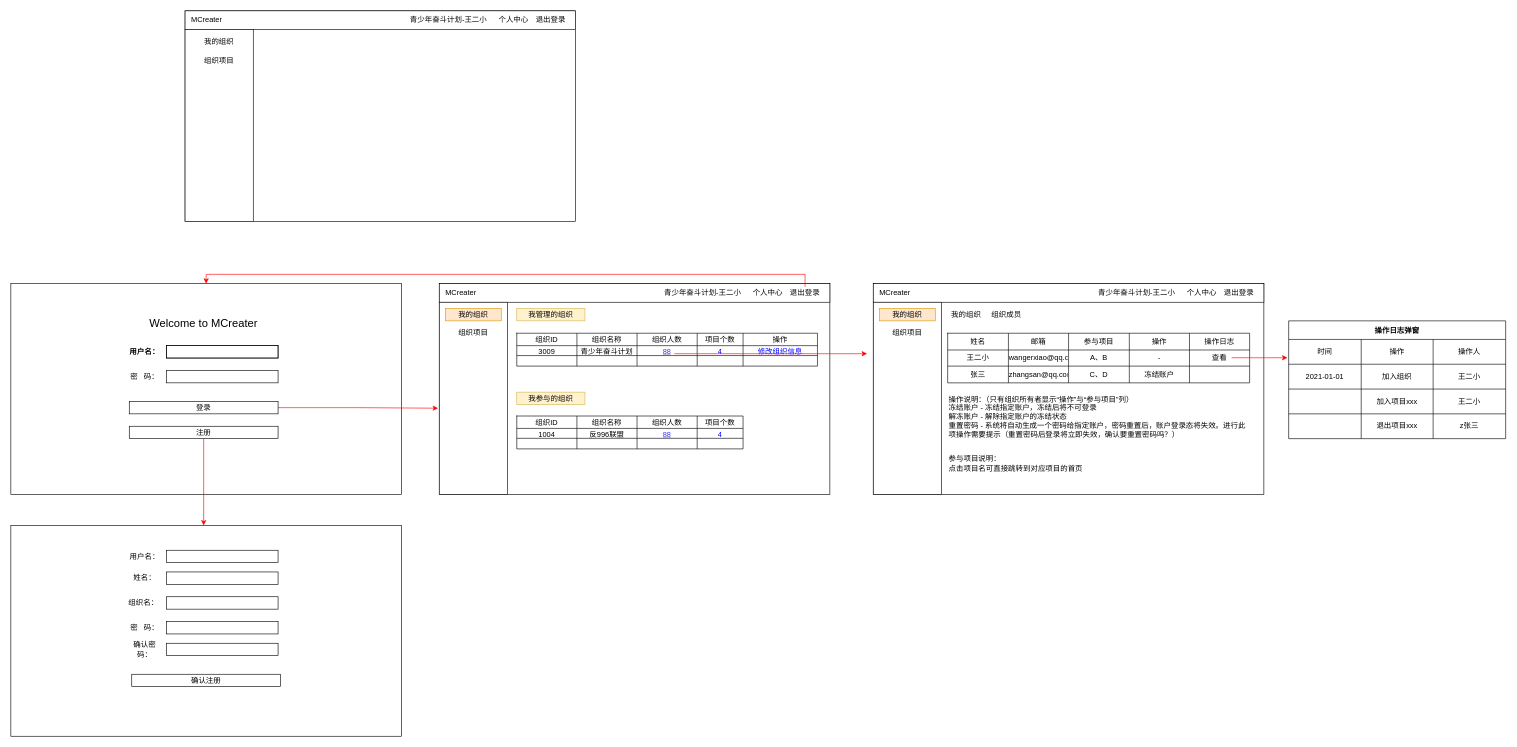
Earlier version of the draw.io diagram MCreater.drawio (zhouqihang/drawio-store). Source tidied: cells renumbered, new cells numbered last; positions are measured from the earlier drawing's top-left corner, leaving out a move shared by most shapes. Both pictures are drawn from the tidied source at 62%, with x=0, y=0 at pixel (11, 11).
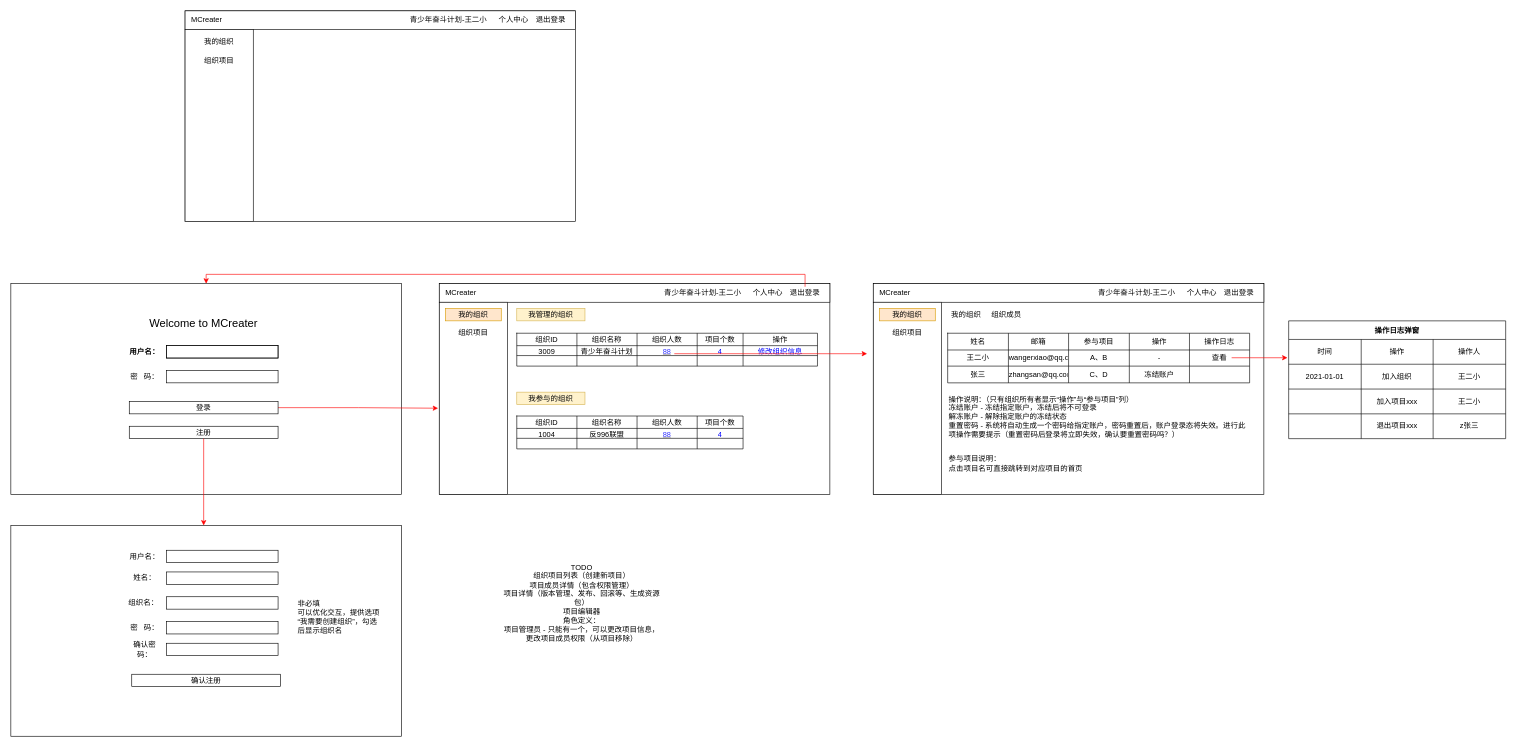
The same diagram, later.

Change to the diagram source:
```diff
@@
+    <mxCell id="133" value="TODO&lt;br&gt;组织项目列表（创建新项目）&lt;br&gt;项目成员详情（包含权限管理）&lt;br&gt;项目详情（版本管理、发布、回滚等、生成资源包）&lt;br&gt;项目编辑器&lt;br&gt;角色定义：&lt;br&gt;项目管理员 - 只能有一个，可以更改项目信息，更改项目成员权限（从项目移除）" style="text;html=1;strokeColor=none;fillColor=none;align=center;verticalAlign=middle;whiteSpace=wrap;rounded=0;fontColor=#000000;" parent="1" vertex="1">
+      <mxGeometry x="791" y="860" width="260" height="190" as="geometry" />
+    </mxCell>
+    <mxCell id="134" value="非必填&lt;br&gt;可以优化交互，提供选项“我需要创建组织”，勾选后显示组织名" style="text;html=1;strokeColor=none;fillColor=none;align=left;verticalAlign=middle;whiteSpace=wrap;rounded=0;fontColor=#000000;" parent="1" vertex="1">
+      <mxGeometry x="461" y="945" width="140" height="65" as="geometry" />
+    </mxCell>
```
